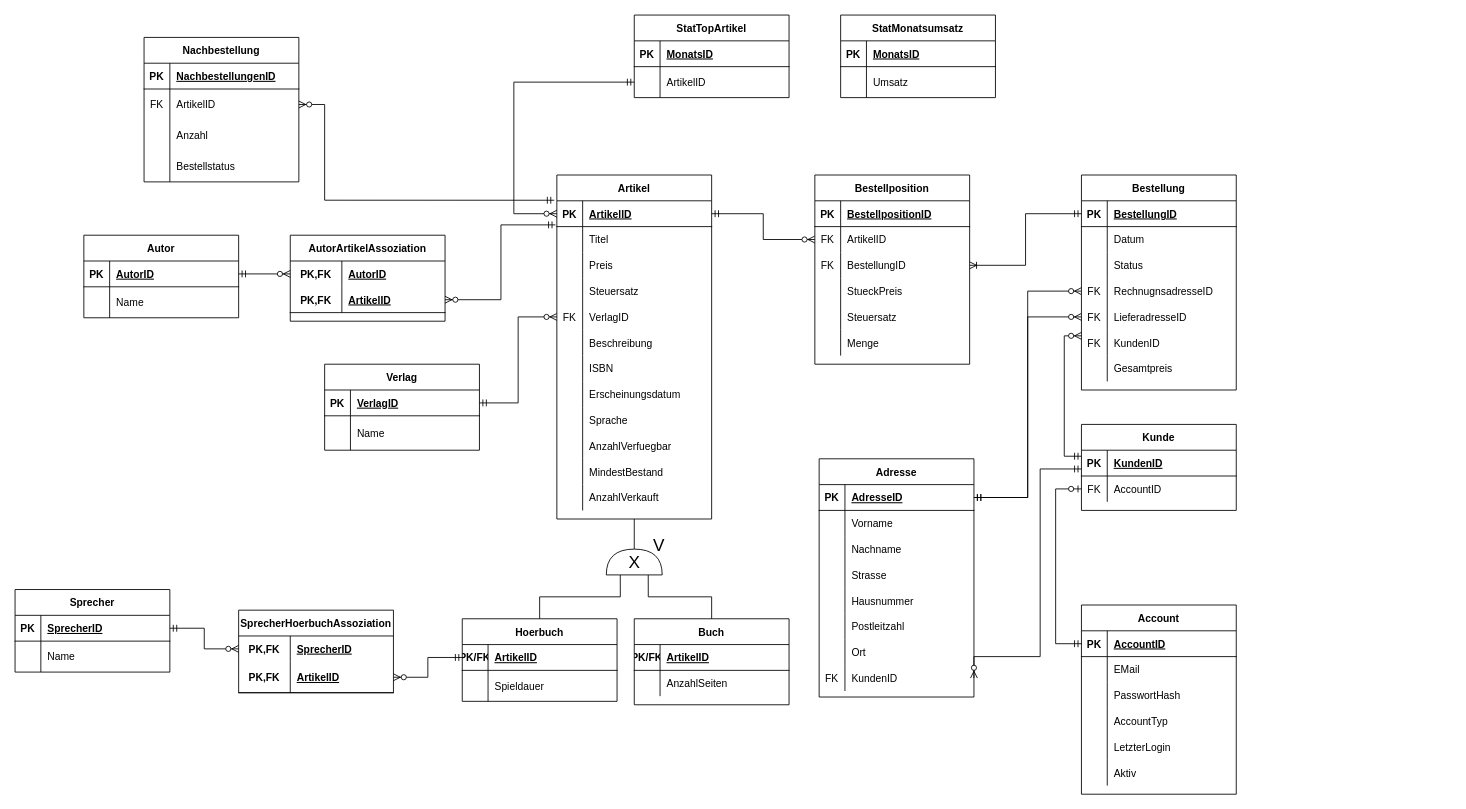
Earlier version of the draw.io diagram EERD/EERM.drawio (WalnussMuenze22/db2-buecherwurm). Source tidied: cells renumbered, new cells numbered last; positions are measured from the earlier drawing's top-left corner, leaving out a move shared by most shapes. Both pictures are drawn from the tidied source at 86%, with x=0, y=0 at pixel (15, 15).
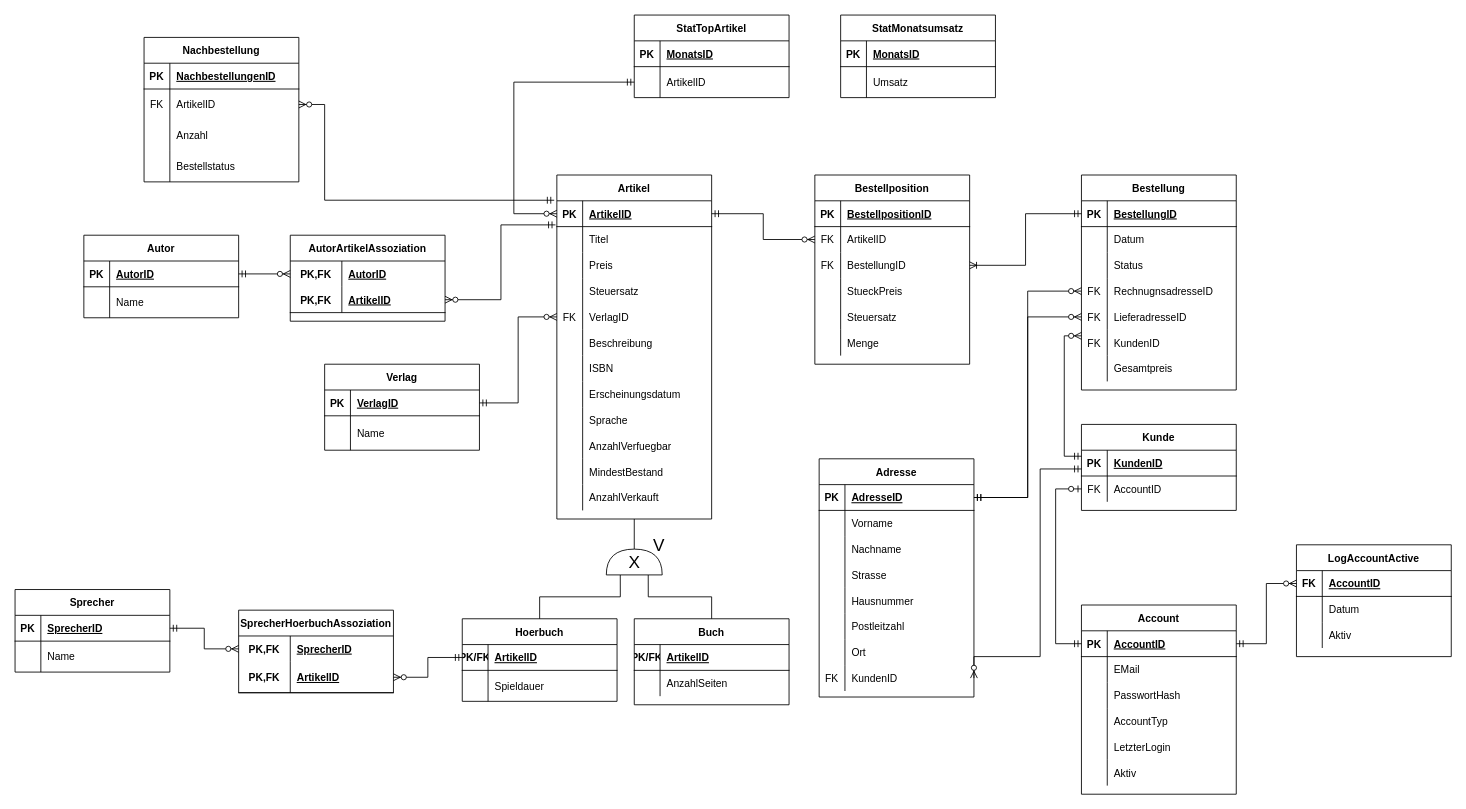
Above is the later version.

The change refers to these unchanged cells:
```xml
<mxCell id="142" style="shape=tableRow;horizontal=0;startSize=0;swimlaneHead=0;swimlaneBody=0;fillColor=none;points=[[0,0.5],[1,0.5]];portConstraint=eastwest;top=0;left=0;right=0;bottom=1;" parent="141" vertex="1">
  <mxGeometry y="30" width="180" height="30" as="geometry" />
</mxCell>
```

The edit, as a diff of the source:
```diff
@@
+    <mxCell id="227" value="LogAccountActive" style="shape=table;startSize=30;childLayout=tableLayout;rowLines=0;fontStyle=1;align=center;" parent="1" vertex="1">
+      <mxGeometry x="1490" y="616" width="180" height="130" as="geometry" />
+    </mxCell>
+    <mxCell id="228" style="shape=tableRow;horizontal=0;startSize=0;swimlaneHead=0;swimlaneBody=0;fillColor=none;points=[[0,0.5],[1,0.5]];portConstraint=eastwest;top=0;left=0;right=0;bottom=1;" parent="227" vertex="1">
+      <mxGeometry y="30" width="180" height="30" as="geometry" />
+    </mxCell>
+    <mxCell id="229" value="FK" style="shape=partialRectangle;fillColor=none;top=0;left=0;bottom=0;right=0;fontStyle=1;overflow=hidden;" parent="228" vertex="1">
+      <mxGeometry width="30" height="30" as="geometry" />
+    </mxCell>
+    <mxCell id="230" value="AccountID" style="shape=partialRectangle;fillColor=none;top=0;left=0;bottom=0;right=0;align=left;spacingLeft=6;fontStyle=5;overflow=hidden;" parent="228" vertex="1">
+      <mxGeometry x="30" width="150" height="30" as="geometry" />
+    </mxCell>
+    <mxCell id="231" style="shape=tableRow;horizontal=0;startSize=0;swimlaneHead=0;swimlaneBody=0;fillColor=none;top=0;left=0;right=0;bottom=0;" parent="227" vertex="1">
+      <mxGeometry y="60" width="180" height="30" as="geometry" />
+    </mxCell>
+    <mxCell id="232" style="shape=partialRectangle;fillColor=none;top=0;left=0;bottom=0;right=0;overflow=hidden;" parent="231" vertex="1">
+      <mxGeometry width="30" height="30" as="geometry" />
+    </mxCell>
+    <mxCell id="233" value="Datum" style="shape=partialRectangle;fillColor=none;top=0;left=0;bottom=0;right=0;align=left;spacingLeft=6;overflow=hidden;" parent="231" vertex="1">
+      <mxGeometry x="30" width="150" height="30" as="geometry" />
+    </mxCell>
+    <mxCell id="234" style="shape=tableRow;horizontal=0;startSize=0;swimlaneHead=0;swimlaneBody=0;fillColor=none;top=0;left=0;right=0;bottom=0;" parent="227" vertex="1">
+      <mxGeometry y="90" width="180" height="30" as="geometry" />
+    </mxCell>
+    <mxCell id="235" style="shape=partialRectangle;fillColor=none;top=0;left=0;bottom=0;right=0;overflow=hidden;" parent="234" vertex="1">
+      <mxGeometry width="30" height="30" as="geometry" />
+    </mxCell>
+    <mxCell id="236" value="Aktiv" style="shape=partialRectangle;fillColor=none;top=0;left=0;bottom=0;right=0;align=left;spacingLeft=6;overflow=hidden;" parent="234" vertex="1">
+      <mxGeometry x="30" width="150" height="30" as="geometry" />
+    </mxCell>
+    <mxCell id="237" style="edgeStyle=orthogonalEdgeStyle;fontSize=12;html=1;endArrow=ERzeroToMany;startArrow=ERmandOne;rounded=0;exitX=1;exitY=0.5;exitDx=0;exitDy=0;entryX=0;entryY=0.5;entryDx=0;entryDy=0;" parent="1" edge="1" source="142" target="228">
+      <mxGeometry relative="1" as="geometry" />
+    </mxCell>
```
